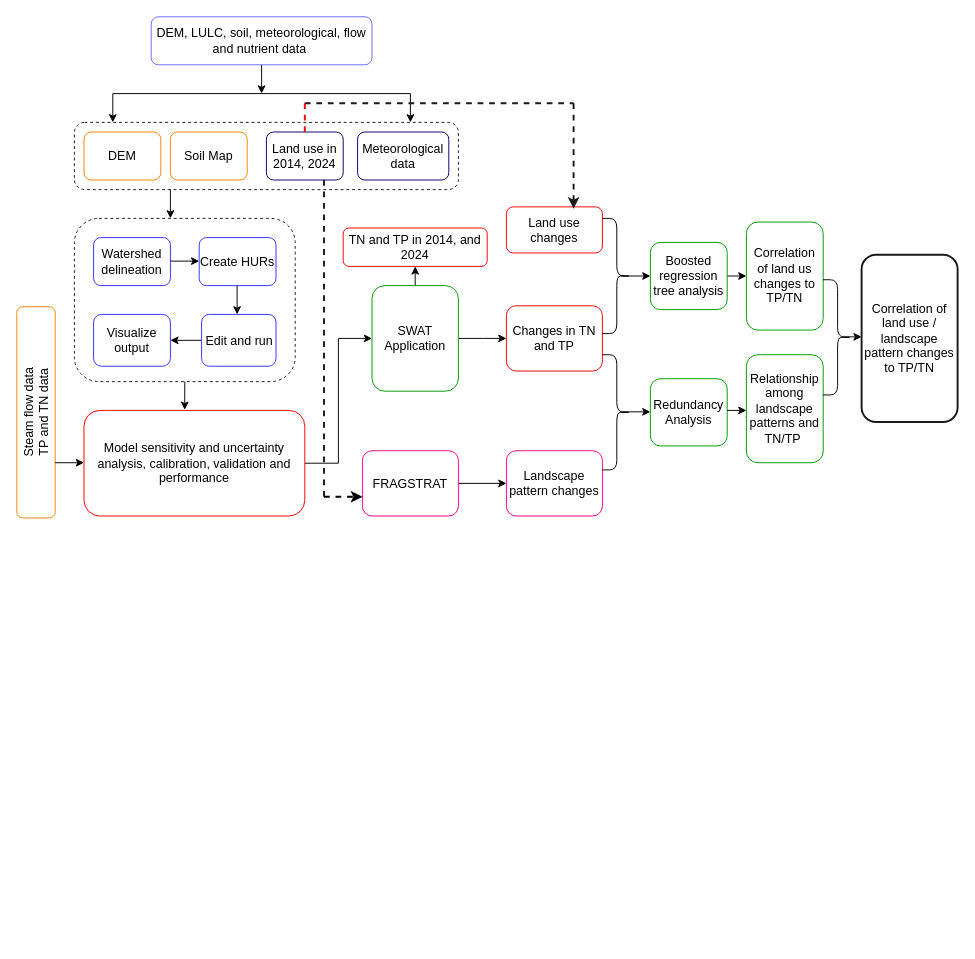
Earlier version of the draw.io diagram objective4.0N.drawio (yemioke/PRISMA2020). Source tidied: cells renumbered, new cells numbered last; positions are measured from the earlier drawing's top-left corner, leaving out a move shared by most shapes. Both pictures are drawn from the tidied source at 96%, with x=0, y=0 at pixel (-70, 16).
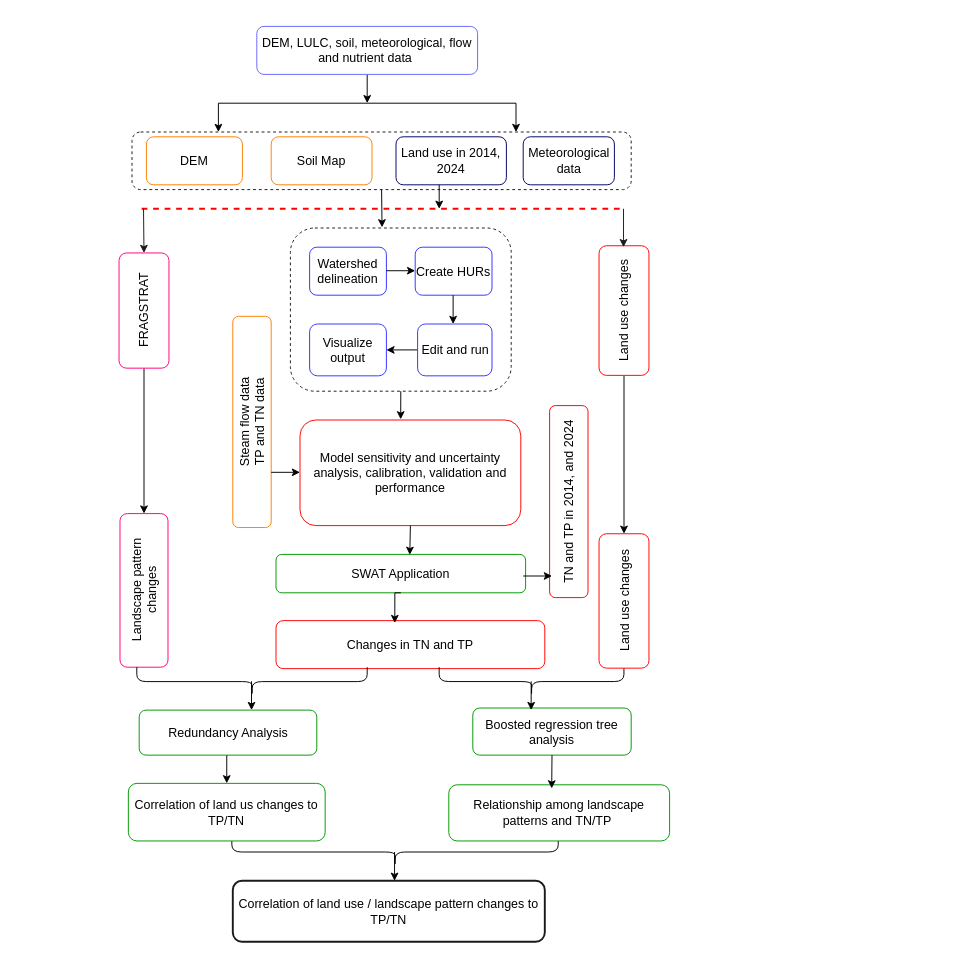
The same page after the edit.

What changed in the source:
```diff
@@
     <mxCell id="2" style="rounded=1;whiteSpace=wrap;html=1;strokeColor=#1A1A1A;dashed=1;" parent="1" vertex="1">
-      <mxGeometry x="150" y="110" width="400" height="70" as="geometry" />
+      <mxGeometry x="210" y="120" width="520" height="60" as="geometry" />
     </mxCell>
     <mxCell id="3" style="edgeStyle=orthogonalEdgeStyle;rounded=0;jettySize=auto;html=1;exitX=0.5;exitY=1;exitDx=0;exitDy=0;" parent="1" edge="1" source="4">
       <mxGeometry relative="1" as="geometry">
-        <mxPoint x="345" y="80" as="targetPoint" />
+        <mxPoint x="455" y="90" as="targetPoint" />
       </mxGeometry>
     </mxCell>
     <mxCell id="4" value="&lt;font style=&quot;font-size: 13px;&quot;&gt;DEM, LULC, soil, meteorological, flow and nutrient data&amp;nbsp;&lt;/font&gt;" style="rounded=1;whiteSpace=wrap;html=1;strokeColor=#6666FF;" parent="1" vertex="1">
-      <mxGeometry x="230" width="230" height="50" as="geometry" />
+      <mxGeometry x="340" y="10" width="230" height="50" as="geometry" />
     </mxCell>
     <mxCell id="5" value="&lt;font style=&quot;font-size: 13px;&quot;&gt;DEM&lt;/font&gt;" style="rounded=1;whiteSpace=wrap;html=1;strokeColor=#FF8000;" parent="1" vertex="1">
-      <mxGeometry x="160" y="120" width="80" height="50" as="geometry" />
+      <mxGeometry x="225" y="125" width="100" height="50" as="geometry" />
     </mxCell>
     <mxCell id="6" style="endArrow=none;html=1;rounded=0;" parent="1" edge="1">
       <mxGeometry relative="1" as="geometry">
-        <mxPoint x="190" y="80" as="sourcePoint" />
-        <mxPoint x="500" y="80" as="targetPoint" />
+        <mxPoint x="300" y="90" as="sourcePoint" />
+        <mxPoint x="610" y="90" as="targetPoint" />
       </mxGeometry>
     </mxCell>
     <mxCell id="7" style="edgeStyle=orthogonalEdgeStyle;rounded=0;orthogonalLoop=1;jettySize=auto;html=1;exitX=0.5;exitY=1;exitDx=0;exitDy=0;" parent="1" edge="1">
       <mxGeometry relative="1" as="geometry">
-        <mxPoint x="190" y="80" as="sourcePoint" />
-        <mxPoint x="190" y="110" as="targetPoint" />
+        <mxPoint x="300" y="90" as="sourcePoint" />
+        <mxPoint x="300" y="120" as="targetPoint" />
       </mxGeometry>
     </mxCell>
     <mxCell id="8" value="&lt;font style=&quot;font-size: 13px;&quot;&gt;Soil Map&lt;/font&gt;" style="rounded=1;whiteSpace=wrap;html=1;strokeColor=#FF8000;" parent="1" vertex="1">
-      <mxGeometry x="250" y="120" width="80" height="50" as="geometry" />
+      <mxGeometry x="355" y="125" width="105" height="50" as="geometry" />
     </mxCell>
     <mxCell id="9" value="&lt;font style=&quot;font-size: 13px;&quot;&gt;Land use in 2014, 2024&lt;/font&gt;" style="rounded=1;whiteSpace=wrap;html=1;strokeColor=#000066;" parent="1" vertex="1">
-      <mxGeometry x="350" y="120" width="80" height="50" as="geometry" />
+      <mxGeometry x="485" y="125" width="115" height="50" as="geometry" />
     </mxCell>
     <mxCell id="10" value="&lt;font style=&quot;font-size: 13px;&quot;&gt;Meteorological data&lt;/font&gt;" style="rounded=1;whiteSpace=wrap;html=1;strokeColor=#000066;" parent="1" vertex="1">
-      <mxGeometry x="445" y="120" width="95" height="50" as="geometry" />
+      <mxGeometry x="617.5" y="125" width="95" height="50" as="geometry" />
     </mxCell>
     <mxCell id="11" style="edgeStyle=orthogonalEdgeStyle;rounded=0;orthogonalLoop=1;jettySize=auto;html=1;exitX=0.5;exitY=1;exitDx=0;exitDy=0;" parent="1" edge="1">
       <mxGeometry relative="1" as="geometry">
-        <mxPoint x="500" y="80" as="sourcePoint" />
-        <mxPoint x="500" y="110" as="targetPoint" />
+        <mxPoint x="610" y="90" as="sourcePoint" />
+        <mxPoint x="610" y="120" as="targetPoint" />
       </mxGeometry>
     </mxCell>
     <mxCell id="12" style="rounded=1;whiteSpace=wrap;html=1;strokeColor=#1A1A1A;dashed=1;" parent="1" vertex="1">
-      <mxGeometry x="150" y="210" width="230" height="170" as="geometry" />
+      <mxGeometry x="375" y="220" width="230" height="170" as="geometry" />
     </mxCell>
     <mxCell id="13" value="&lt;font style=&quot;font-size: 13px;&quot;&gt;Watershed delineation&lt;/font&gt;" style="rounded=1;whiteSpace=wrap;html=1;strokeColor=#3333FF;" parent="1" vertex="1">
-      <mxGeometry x="170" y="230" width="80" height="50" as="geometry" />
+      <mxGeometry x="395" y="240" width="80" height="50" as="geometry" />
     </mxCell>
     <mxCell id="14" value="&lt;font style=&quot;font-size: 13px;&quot;&gt;Create HURs&lt;/font&gt;" style="rounded=1;whiteSpace=wrap;html=1;strokeColor=#3333FF;" parent="1" vertex="1">
-      <mxGeometry x="280" y="230" width="80" height="50" as="geometry" />
+      <mxGeometry x="505" y="240" width="80" height="50" as="geometry" />
     </mxCell>
     <mxCell id="15" value="&lt;font style=&quot;font-size: 13px;&quot;&gt;Visualize output&lt;/font&gt;" style="rounded=1;whiteSpace=wrap;html=1;strokeColor=#3333FF;" parent="1" vertex="1">
-      <mxGeometry x="170" y="310" width="80" height="54" as="geometry" />
+      <mxGeometry x="395" y="320" width="80" height="54" as="geometry" />
     </mxCell>
@@
     <mxCell id="17" value="&lt;font style=&quot;font-size: 13px;&quot;&gt;Edit and run&lt;/font&gt;" style="rounded=1;whiteSpace=wrap;html=1;strokeColor=#3333FF;" parent="1" vertex="1">
-      <mxGeometry x="282.5" y="310" width="77.5" height="54" as="geometry" />
+      <mxGeometry x="507.5" y="320" width="77.5" height="54" as="geometry" />
     </mxCell>
-    <mxCell id="18" style="edgeStyle=orthogonalEdgeStyle;rounded=0;orthogonalLoop=1;jettySize=auto;html=1;exitX=0.5;exitY=1;exitDx=0;exitDy=0;" parent="1" edge="1">
-      <mxGeometry relative="1" as="geometry">
-        <mxPoint x="250" y="180" as="sourcePoint" />
-        <mxPoint x="250" y="210" as="targetPoint" />
-      </mxGeometry>
-    </mxCell>
     <mxCell id="19" style="edgeStyle=orthogonalEdgeStyle;rounded=0;orthogonalLoop=1;jettySize=auto;html=1;exitX=0.5;exitY=1;exitDx=0;exitDy=0;" parent="1" edge="1">
       <mxGeometry relative="1" as="geometry">
-        <mxPoint x="250" y="254.5" as="sourcePoint" />
-        <mxPoint x="280" y="254.5" as="targetPoint" />
+        <mxPoint x="475" y="264.5" as="sourcePoint" />
+        <mxPoint x="505" y="264.5" as="targetPoint" />
       </mxGeometry>
     </mxCell>
     <mxCell id="20" style="edgeStyle=orthogonalEdgeStyle;rounded=0;orthogonalLoop=1;jettySize=auto;html=1;exitX=0.5;exitY=1;exitDx=0;exitDy=0;" parent="1" edge="1">
       <mxGeometry relative="1" as="geometry">
-        <mxPoint x="319.5" y="280" as="sourcePoint" />
-        <mxPoint x="319.5" y="310" as="targetPoint" />
+        <mxPoint x="544.5" y="290" as="sourcePoint" />
+        <mxPoint x="544.5" y="320" as="targetPoint" />
       </mxGeometry>
     </mxCell>
-    <mxCell id="21" style="edgeStyle=orthogonalEdgeStyle;rounded=0;jettySize=auto;html=1;exitX=1;exitY=0.5;exitDx=0;exitDy=0;entryX=0;entryY=0.5;entryDx=0;entryDy=0;" parent="1" edge="1" source="22" target="25">
-      <mxGeometry relative="1" as="geometry" />
-    </mxCell>
     <mxCell id="22" value="&lt;font style=&quot;font-size: 13px;&quot;&gt;Model sensitivity and uncertainty analysis, calibration, validation and performance&lt;/font&gt;" style="rounded=1;whiteSpace=wrap;html=1;strokeColor=#FF0000;" parent="1" vertex="1">
-      <mxGeometry x="160" y="410" width="230" height="110" as="geometry" />
+      <mxGeometry x="385" y="420" width="230" height="110" as="geometry" />
     </mxCell>
-    <mxCell id="23" style="edgeStyle=orthogonalEdgeStyle;rounded=0;jettySize=auto;html=1;exitX=1;exitY=0.5;exitDx=0;exitDy=0;" parent="1" edge="1" source="25">
-      <mxGeometry relative="1" as="geometry">
-        <mxPoint x="600" y="335" as="targetPoint" />
-      </mxGeometry>
-    </mxCell>
-    <mxCell id="24" style="edgeStyle=orthogonalEdgeStyle;rounded=0;jettySize=auto;html=1;exitX=0.5;exitY=0;exitDx=0;exitDy=0;entryX=0.5;entryY=1;entryDx=0;entryDy=0;" parent="1" edge="1" source="25" target="43">
-      <mxGeometry relative="1" as="geometry" />
-    </mxCell>
     <mxCell id="25" value="&lt;font style=&quot;font-size: 13px;&quot;&gt;SWAT Application&lt;/font&gt;" style="rounded=1;whiteSpace=wrap;html=1;strokeColor=#009900;" parent="1" vertex="1">
-      <mxGeometry x="460" y="280" width="90" height="110" as="geometry" />
+      <mxGeometry x="360" y="560" width="260" height="40" as="geometry" />
     </mxCell>
     <mxCell id="26" value="&lt;font style=&quot;font-size: 13px;&quot;&gt;Changes in TN and TP&lt;/font&gt;" style="rounded=1;whiteSpace=wrap;html=1;strokeColor=#FF0000;" parent="1" vertex="1">
-      <mxGeometry x="600" y="301" width="100" height="68" as="geometry" />
+      <mxGeometry x="360" y="629" width="280" height="50" as="geometry" />
     </mxCell>
+    <mxCell id="53" style="edgeStyle=orthogonalEdgeStyle;rounded=0;jettySize=auto;html=1;exitX=0;exitY=0.5;exitDx=0;exitDy=0;entryX=1;entryY=0.5;entryDx=0;entryDy=0;" parent="1" edge="1" source="27" target="55">
+      <mxGeometry relative="1" as="geometry" />
+    </mxCell>
-    <mxCell id="27" value="&lt;font style=&quot;font-size: 13px;&quot;&gt;Land use changes&lt;/font&gt;" style="rounded=1;whiteSpace=wrap;html=1;strokeColor=#FF0000;" parent="1" vertex="1">
-      <mxGeometry x="600" y="198" width="100" height="48" as="geometry" />
+    <mxCell id="27" value="&lt;font style=&quot;font-size: 13px;&quot;&gt;Land use changes&lt;/font&gt;" style="rounded=1;whiteSpace=wrap;html=1;strokeColor=#FF0000;rotation=-90;" parent="1" vertex="1">
+      <mxGeometry x="655" y="280" width="135" height="52" as="geometry" />
     </mxCell>
@@
     <mxCell id="29" value="&lt;font style=&quot;font-size: 13px;&quot;&gt;Steam flow data&lt;/font&gt;&lt;div&gt;&lt;span style=&quot;font-size: 13px;&quot;&gt;TP and TN data&lt;/span&gt;&lt;/div&gt;" style="rounded=1;whiteSpace=wrap;html=1;strokeColor=#FF8000;rotation=-90;" parent="1" vertex="1">
-      <mxGeometry y="392" width="220" height="40" as="geometry" />
+      <mxGeometry x="225" y="402" width="220" height="40" as="geometry" />
     </mxCell>
-    <mxCell id="30" value="&lt;font style=&quot;font-size: 13px;&quot;&gt;Landscape pattern changes&lt;/font&gt;" style="rounded=1;whiteSpace=wrap;html=1;strokeColor=#FF0080;" parent="1" vertex="1">
-      <mxGeometry x="600" y="452" width="100" height="68" as="geometry" />
+    <mxCell id="30" value="&lt;font style=&quot;font-size: 13px;&quot;&gt;Landscape pattern changes&lt;/font&gt;" style="rounded=1;whiteSpace=wrap;html=1;strokeColor=#FF0080;rotation=-90;" parent="1" vertex="1">
+      <mxGeometry x="142.5" y="572.5" width="160" height="50" as="geometry" />
     </mxCell>
-    <mxCell id="31" style="edgeStyle=orthogonalEdgeStyle;rounded=0;jettySize=auto;html=1;exitX=1;exitY=0.5;exitDx=0;exitDy=0;entryX=0;entryY=0.5;entryDx=0;entryDy=0;" parent="1" edge="1" source="32" target="30">
+    <mxCell id="31" style="edgeStyle=orthogonalEdgeStyle;rounded=0;jettySize=auto;html=1;exitX=0;exitY=0.5;exitDx=0;exitDy=0;entryX=1;entryY=0.5;entryDx=0;entryDy=0;" parent="1" edge="1" source="32" target="30">
       <mxGeometry relative="1" as="geometry" />
     </mxCell>
-    <mxCell id="32" value="&lt;font style=&quot;font-size: 13px;&quot;&gt;FRAGSTRAT&lt;/font&gt;" style="rounded=1;whiteSpace=wrap;html=1;strokeColor=#FF0080;" parent="1" vertex="1">
-      <mxGeometry x="450" y="452" width="100" height="68" as="geometry" />
+    <mxCell id="32" value="&lt;font style=&quot;font-size: 13px;&quot;&gt;FRAGSTRAT&lt;/font&gt;" style="rounded=1;whiteSpace=wrap;html=1;strokeColor=#FF0080;rotation=-90;" parent="1" vertex="1">
+      <mxGeometry x="162.5" y="280" width="120" height="52" as="geometry" />
     </mxCell>
-    <mxCell id="33" style="endArrow=none;html=1;rounded=0;dashed=1;strokeColor=#1A1A1A;strokeWidth=2;" parent="1" edge="1">
-      <mxGeometry relative="1" as="geometry">
-        <mxPoint x="390" y="90" as="sourcePoint" />
-        <mxPoint x="670" y="90" as="targetPoint" />
-      </mxGeometry>
-    </mxCell>
-    <mxCell id="34" style="endArrow=classic;html=1;rounded=0;dashed=1;strokeColor=#1A1A1A;strokeWidth=2;" parent="1" edge="1">
-      <mxGeometry relative="1" as="geometry">
-        <mxPoint x="670" y="90" as="sourcePoint" />
-        <mxPoint x="670" y="200" as="targetPoint" />
-      </mxGeometry>
-    </mxCell>
-    <mxCell id="35" style="endArrow=none;html=1;rounded=0;dashed=1;strokeColor=#FF0000;strokeWidth=2;" parent="1" edge="1">
-      <mxGeometry relative="1" as="geometry">
-        <mxPoint x="390" y="120" as="sourcePoint" />
-        <mxPoint x="390" y="90" as="targetPoint" />
-      </mxGeometry>
-    </mxCell>
     <mxCell id="36" style="endArrow=classic;html=1;rounded=0;" parent="1" edge="1">
       <mxGeometry relative="1" as="geometry">
-        <mxPoint x="130" y="464.5" as="sourcePoint" />
-        <mxPoint x="160" y="464.5" as="targetPoint" />
+        <mxPoint x="355" y="474.5" as="sourcePoint" />
+        <mxPoint x="385" y="474.5" as="targetPoint" />
       </mxGeometry>
     </mxCell>
-    <mxCell id="37" style="endArrow=none;html=1;rounded=0;dashed=1;strokeColor=#1A1A1A;strokeWidth=2;" parent="1" edge="1">
-      <mxGeometry relative="1" as="geometry">
-        <mxPoint x="410" y="170" as="sourcePoint" />
-        <mxPoint x="410" y="500" as="targetPoint" />
-      </mxGeometry>
-    </mxCell>
-    <mxCell id="38" style="endArrow=classic;html=1;rounded=0;dashed=1;strokeWidth=2;" parent="1" edge="1">
-      <mxGeometry relative="1" as="geometry">
-        <mxPoint x="410" y="500" as="sourcePoint" />
-        <mxPoint x="450" y="500" as="targetPoint" />
-      </mxGeometry>
-    </mxCell>
-    <mxCell id="39" style="shape=curlyBracket;whiteSpace=wrap;html=1;rounded=1;flipH=1;labelPosition=right;verticalLabelPosition=middle;align=left;verticalAlign=middle;size=0.5;" parent="1" vertex="1">
-      <mxGeometry x="700" y="210" width="30" height="120" as="geometry" />
+    <mxCell id="39" style="shape=curlyBracket;whiteSpace=wrap;html=1;rounded=1;flipH=1;labelPosition=right;verticalLabelPosition=middle;align=left;verticalAlign=middle;size=0.5;rotation=90;" parent="1" vertex="1">
+      <mxGeometry x="469" y="700" width="30" height="340" as="geometry" />
     </mxCell>
-    <mxCell id="40" style="endArrow=classic;html=1;rounded=0;" parent="1" edge="1">
-      <mxGeometry relative="1" as="geometry">
-        <mxPoint x="720" y="270" as="sourcePoint" />
-        <mxPoint x="750" y="270" as="targetPoint" />
-      </mxGeometry>
-    </mxCell>
-    <mxCell id="41" style="shape=curlyBracket;whiteSpace=wrap;html=1;rounded=1;flipH=1;labelPosition=right;verticalLabelPosition=middle;align=left;verticalAlign=middle;size=0.5;" parent="1" vertex="1">
-      <mxGeometry x="700" y="352" width="30" height="120" as="geometry" />
-    </mxCell>
-    <mxCell id="42" style="endArrow=classic;html=1;rounded=0;" parent="1" edge="1">
-      <mxGeometry relative="1" as="geometry">
-        <mxPoint x="720" y="411.5" as="sourcePoint" />
-        <mxPoint x="750" y="411.5" as="targetPoint" />
-      </mxGeometry>
-    </mxCell>
-    <mxCell id="43" value="&lt;font style=&quot;font-size: 13px;&quot;&gt;TN and TP in 2014, and 2024&lt;/font&gt;" style="rounded=1;whiteSpace=wrap;html=1;strokeColor=#FF0000;" parent="1" vertex="1">
-      <mxGeometry x="430" y="220" width="150" height="40" as="geometry" />
+    <mxCell id="43" value="&lt;font style=&quot;font-size: 13px;&quot;&gt;TN and TP in 2014, and 2024&lt;/font&gt;" style="rounded=1;whiteSpace=wrap;html=1;strokeColor=#FF0000;rotation=-90;" parent="1" vertex="1">
+      <mxGeometry x="565" y="485" width="200" height="40" as="geometry" />
     </mxCell>
+    <mxCell id="54" style="edgeStyle=orthogonalEdgeStyle;rounded=0;jettySize=auto;html=1;exitX=0.5;exitY=1;exitDx=0;exitDy=0;entryX=0.5;entryY=0;entryDx=0;entryDy=0;" parent="1" edge="1" source="44" target="47">
+      <mxGeometry relative="1" as="geometry" />
+    </mxCell>
     <mxCell id="44" value="&lt;font style=&quot;font-size: 13px;&quot;&gt;Redundancy Analysis&lt;/font&gt;" style="rounded=1;whiteSpace=wrap;html=1;strokeColor=#009900;" parent="1" vertex="1">
-      <mxGeometry x="750" y="377" width="80" height="70" as="geometry" />
+      <mxGeometry x="217.5" y="722.2" width="185" height="46.9" as="geometry" />
     </mxCell>
-    <mxCell id="45" style="edgeStyle=orthogonalEdgeStyle;rounded=0;jettySize=auto;html=1;exitX=1;exitY=0.5;exitDx=0;exitDy=0;entryX=0;entryY=0.5;entryDx=0;entryDy=0;" parent="1" edge="1" source="46" target="47">
-      <mxGeometry relative="1" as="geometry" />
-    </mxCell>
     <mxCell id="46" value="&lt;font style=&quot;font-size: 13px;&quot;&gt;Boosted regression tree analysis&lt;/font&gt;" style="rounded=1;whiteSpace=wrap;html=1;strokeColor=#009900;" parent="1" vertex="1">
-      <mxGeometry x="750" y="235" width="80" height="70" as="geometry" />
+      <mxGeometry x="565" y="720" width="165" height="49.1" as="geometry" />
     </mxCell>
     <mxCell id="47" value="&lt;font style=&quot;font-size: 13px;&quot;&gt;Correlation of land us changes to TP/TN&lt;/font&gt;" style="rounded=1;whiteSpace=wrap;html=1;strokeColor=#009900;" parent="1" vertex="1">
-      <mxGeometry x="850" y="213.8" width="80" height="112.5" as="geometry" />
+      <mxGeometry x="206.2" y="798.5" width="205" height="60" as="geometry" />
     </mxCell>
     <mxCell id="48" value="&lt;font style=&quot;font-size: 13px;&quot;&gt;Relationship among landscape patterns and TN/TP&amp;nbsp;&lt;/font&gt;" style="rounded=1;whiteSpace=wrap;html=1;strokeColor=#009900;" parent="1" vertex="1">
-      <mxGeometry x="850" y="352" width="80" height="112.5" as="geometry" />
+      <mxGeometry x="540" y="800" width="230" height="58.5" as="geometry" />
     </mxCell>
     <mxCell id="49" value="&lt;font style=&quot;font-size: 13px;&quot;&gt;Correlation of land use / landscape pattern changes to TP/TN&lt;/font&gt;" style="rounded=1;whiteSpace=wrap;html=1;strokeColor=#1A1A1A;strokeWidth=2;" parent="1" vertex="1">
-      <mxGeometry x="970" y="247.9" width="100" height="174.2" as="geometry" />
+      <mxGeometry x="315" y="900" width="325" height="63.5" as="geometry" />
     </mxCell>
-    <mxCell id="50" style="shape=curlyBracket;whiteSpace=wrap;html=1;rounded=1;flipH=1;labelPosition=right;verticalLabelPosition=middle;align=left;verticalAlign=middle;size=0.5;" parent="1" vertex="1">
-      <mxGeometry x="930" y="273.9" width="30" height="120" as="geometry" />
+    <mxCell id="50" style="shape=curlyBracket;whiteSpace=wrap;html=1;rounded=1;flipH=1;labelPosition=right;verticalLabelPosition=middle;align=left;verticalAlign=middle;size=0.5;rotation=90;" parent="1" vertex="1">
+      <mxGeometry x="611.2" y="596.2" width="30" height="192.5" as="geometry" />
     </mxCell>
-    <mxCell id="51" style="endArrow=classic;html=1;rounded=0;" parent="1" edge="1">
-      <mxGeometry relative="1" as="geometry">
-        <mxPoint x="950" y="333.4" as="sourcePoint" />
-        <mxPoint x="970" y="333.4" as="targetPoint" />
-      </mxGeometry>
-    </mxCell>
-    <mxCell id="52" style="edgeStyle=orthogonalEdgeStyle;rounded=0;orthogonalLoop=1;jettySize=auto;html=1;exitX=1;exitY=0.5;exitDx=0;exitDy=0;entryX=0;entryY=0.5;entryDx=0;entryDy=0;" parent="1" edge="1">
-      <mxGeometry relative="1" as="geometry">
-        <mxPoint x="830" y="410" as="sourcePoint" />
-        <mxPoint x="850" y="410" as="targetPoint" />
-      </mxGeometry>
-    </mxCell>
+    <mxCell id="55" value="&lt;font style=&quot;font-size: 13px;&quot;&gt;Land use changes&lt;/font&gt;" style="rounded=1;whiteSpace=wrap;html=1;strokeColor=#FF0000;rotation=-90;" parent="1" vertex="1">
+      <mxGeometry x="652.5" y="582.5" width="140" height="52" as="geometry" />
+    </mxCell>
+    <mxCell id="56" style="shape=curlyBracket;whiteSpace=wrap;html=1;rounded=1;flipH=1;labelPosition=right;verticalLabelPosition=middle;align=left;verticalAlign=middle;size=0.5;rotation=90;" parent="1" vertex="1">
+      <mxGeometry x="320" y="572.5" width="30" height="240" as="geometry" />
+    </mxCell>
+    <mxCell id="57" style="edgeStyle=orthogonalEdgeStyle;rounded=0;jettySize=auto;html=1;exitX=0.5;exitY=1;exitDx=0;exitDy=0;entryX=0.415;entryY=-0.004;entryDx=0;entryDy=0;entryPerimeter=0;" parent="1" edge="1" source="2" target="12">
+      <mxGeometry relative="1" as="geometry" />
+    </mxCell>
+    <mxCell id="58" style="endArrow=classic;html=1;rounded=0;strokeColor=#1A1A1A;" parent="1" edge="1">
+      <mxGeometry relative="1" as="geometry">
+        <mxPoint x="722" y="200" as="sourcePoint" />
+        <mxPoint x="722" y="240" as="targetPoint" />
+      </mxGeometry>
+    </mxCell>
+    <mxCell id="59" style="endArrow=classic;html=1;rounded=0;" parent="1" edge="1">
+      <mxGeometry relative="1" as="geometry">
+        <mxPoint x="530" y="175" as="sourcePoint" />
+        <mxPoint x="530" y="200" as="targetPoint" />
+      </mxGeometry>
+    </mxCell>
+    <mxCell id="60" style="endArrow=none;html=1;rounded=0;dashed=1;strokeWidth=2;strokeColor=#FF0000;" parent="1" edge="1">
+      <mxGeometry relative="1" as="geometry">
+        <mxPoint x="220" y="200" as="sourcePoint" />
+        <mxPoint x="720" y="200" as="targetPoint" />
+      </mxGeometry>
+    </mxCell>
+    <mxCell id="61" style="endArrow=classic;html=1;rounded=0;entryX=1;entryY=0.5;entryDx=0;entryDy=0;strokeColor=#1A1A1A;" parent="1" edge="1" target="32">
+      <mxGeometry relative="1" as="geometry">
+        <mxPoint x="222" y="200" as="sourcePoint" />
+      </mxGeometry>
+    </mxCell>
+    <mxCell id="21" style="edgeStyle=orthogonalEdgeStyle;rounded=0;jettySize=auto;html=1;exitX=0.5;exitY=1;exitDx=0;exitDy=0;entryX=0.536;entryY=0.011;entryDx=0;entryDy=0;entryPerimeter=0;" parent="1" edge="1" source="22" target="25">
+      <mxGeometry relative="1" as="geometry" />
+    </mxCell>
+    <mxCell id="62" style="edgeStyle=orthogonalEdgeStyle;rounded=0;jettySize=auto;html=1;exitX=0.5;exitY=1;exitDx=0;exitDy=0;entryX=0.442;entryY=0.051;entryDx=0;entryDy=0;entryPerimeter=0;" parent="1" edge="1" source="25" target="26">
+      <mxGeometry relative="1" as="geometry" />
+    </mxCell>
+    <mxCell id="63" style="endArrow=classic;html=1;rounded=0;" parent="1" edge="1">
+      <mxGeometry relative="1" as="geometry">
+        <mxPoint x="334.5" y="692.2" as="sourcePoint" />
+        <mxPoint x="334.5" y="722.2" as="targetPoint" />
+      </mxGeometry>
+    </mxCell>
+    <mxCell id="64" style="endArrow=classic;html=1;rounded=0;" parent="1" edge="1">
+      <mxGeometry relative="1" as="geometry">
+        <mxPoint x="625.8" y="692.2" as="sourcePoint" />
+        <mxPoint x="625.8" y="722.2" as="targetPoint" />
+      </mxGeometry>
+    </mxCell>
+    <mxCell id="65" style="edgeStyle=orthogonalEdgeStyle;rounded=0;jettySize=auto;html=1;exitX=0.5;exitY=1;exitDx=0;exitDy=0;entryX=0.466;entryY=0.065;entryDx=0;entryDy=0;entryPerimeter=0;" parent="1" edge="1" source="46" target="48">
+      <mxGeometry relative="1" as="geometry" />
+    </mxCell>
+    <mxCell id="66" style="endArrow=classic;html=1;rounded=0;" parent="1" edge="1">
+      <mxGeometry relative="1" as="geometry">
+        <mxPoint x="483.5" y="870" as="sourcePoint" />
+        <mxPoint x="483.5" y="900" as="targetPoint" />
+      </mxGeometry>
+    </mxCell>
+    <mxCell id="67" style="endArrow=classic;html=1;rounded=0;" parent="1" edge="1">
+      <mxGeometry relative="1" as="geometry">
+        <mxPoint x="617.5" y="582.5" as="sourcePoint" />
+        <mxPoint x="647.5" y="582.5" as="targetPoint" />
+      </mxGeometry>
+    </mxCell>
```
